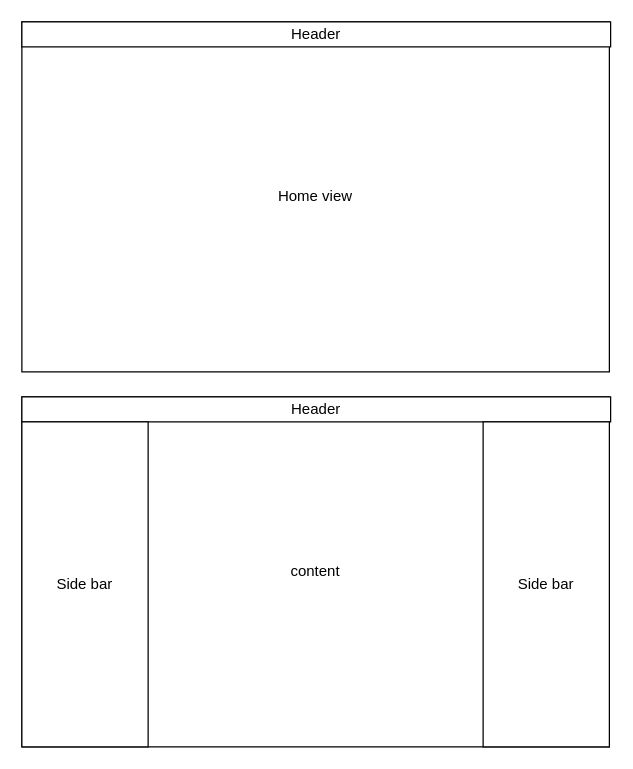
Akmot9/rust_listing keeps this draw.io diagram as docs-rust-list/docs-desing.drawio. Above is the earlier version. Source tidied: cells renumbered, new cells numbered last; positions are measured from the earlier drawing's top-left corner, leaving out a move shared by most shapes. Both pictures are drawn from the tidied source at 125%, with x=0, y=0 at pixel (21, 21).
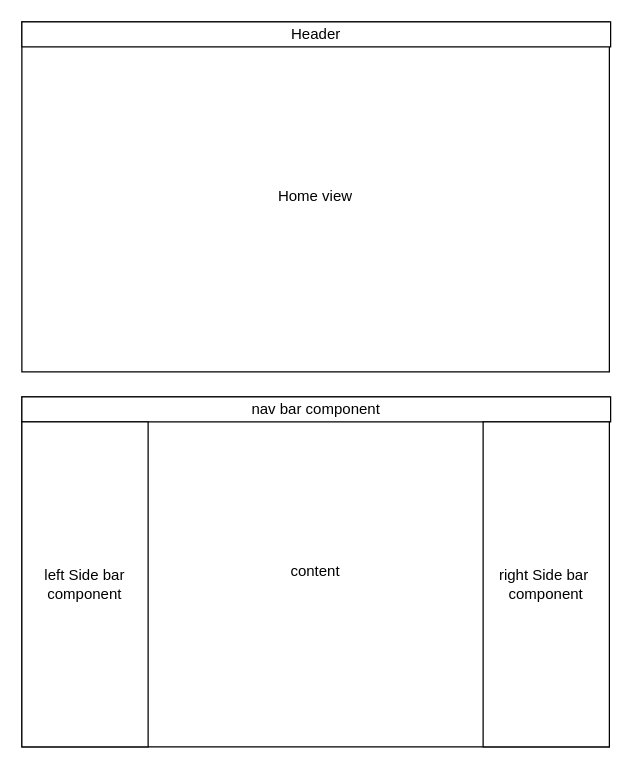
The same diagram, later.

What changed in the source:
```diff
@@
 <mxGraphModel>
   <root>
     <mxCell id="0" />
     <mxCell id="1" parent="0" />
     <mxCell id="2" value="content" style="rounded=0;whiteSpace=wrap;html=1;" parent="1" vertex="1">
       <mxGeometry y="300" width="470" height="280" as="geometry" />
     </mxCell>
-    <mxCell id="3" value="Header" style="rounded=0;whiteSpace=wrap;html=1;" parent="1" vertex="1">
+    <mxCell id="3" value="nav bar component" style="rounded=0;whiteSpace=wrap;html=1;" parent="1" vertex="1">
       <mxGeometry y="300" width="471" height="20" as="geometry" />
     </mxCell>
-    <mxCell id="4" value="Side bar" style="rounded=0;whiteSpace=wrap;html=1;" parent="1" vertex="1">
+    <mxCell id="4" value="left Side bar&lt;br&gt;component" style="rounded=0;whiteSpace=wrap;html=1;" parent="1" vertex="1">
       <mxGeometry y="320" width="101" height="260" as="geometry" />
     </mxCell>
-    <mxCell id="5" value="Side bar" style="rounded=0;whiteSpace=wrap;html=1;" parent="1" vertex="1">
+    <mxCell id="5" value="right Side bar&amp;nbsp;&lt;br&gt;component" style="rounded=0;whiteSpace=wrap;html=1;" parent="1" vertex="1">
       <mxGeometry x="369" y="320" width="101" height="260" as="geometry" />
     </mxCell>
     <mxCell id="6" value="Home view" style="rounded=0;whiteSpace=wrap;html=1;" parent="1" vertex="1">
       <mxGeometry width="470" height="280" as="geometry" />
     </mxCell>
     <mxCell id="7" value="Header" style="rounded=0;whiteSpace=wrap;html=1;" parent="1" vertex="1">
       <mxGeometry width="471" height="20" as="geometry" />
     </mxCell>
   </root>
 </mxGraphModel>
```
